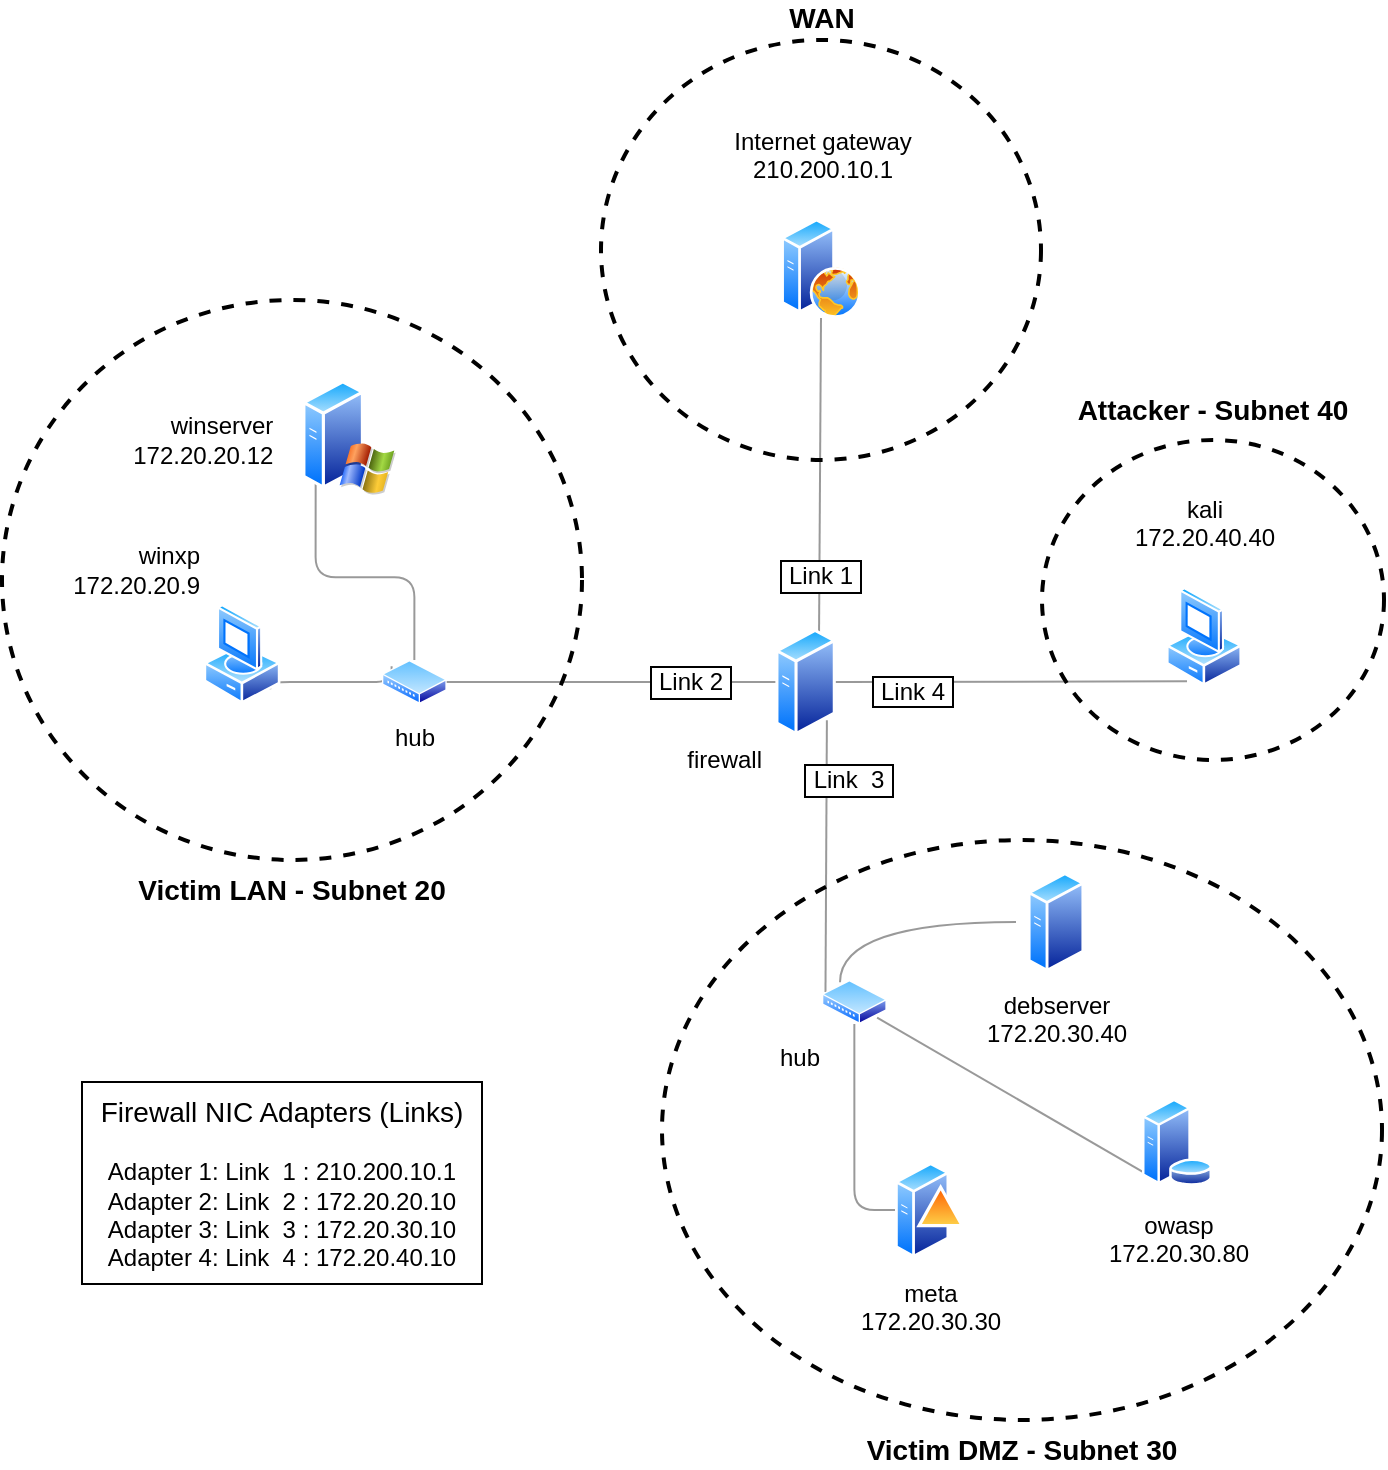
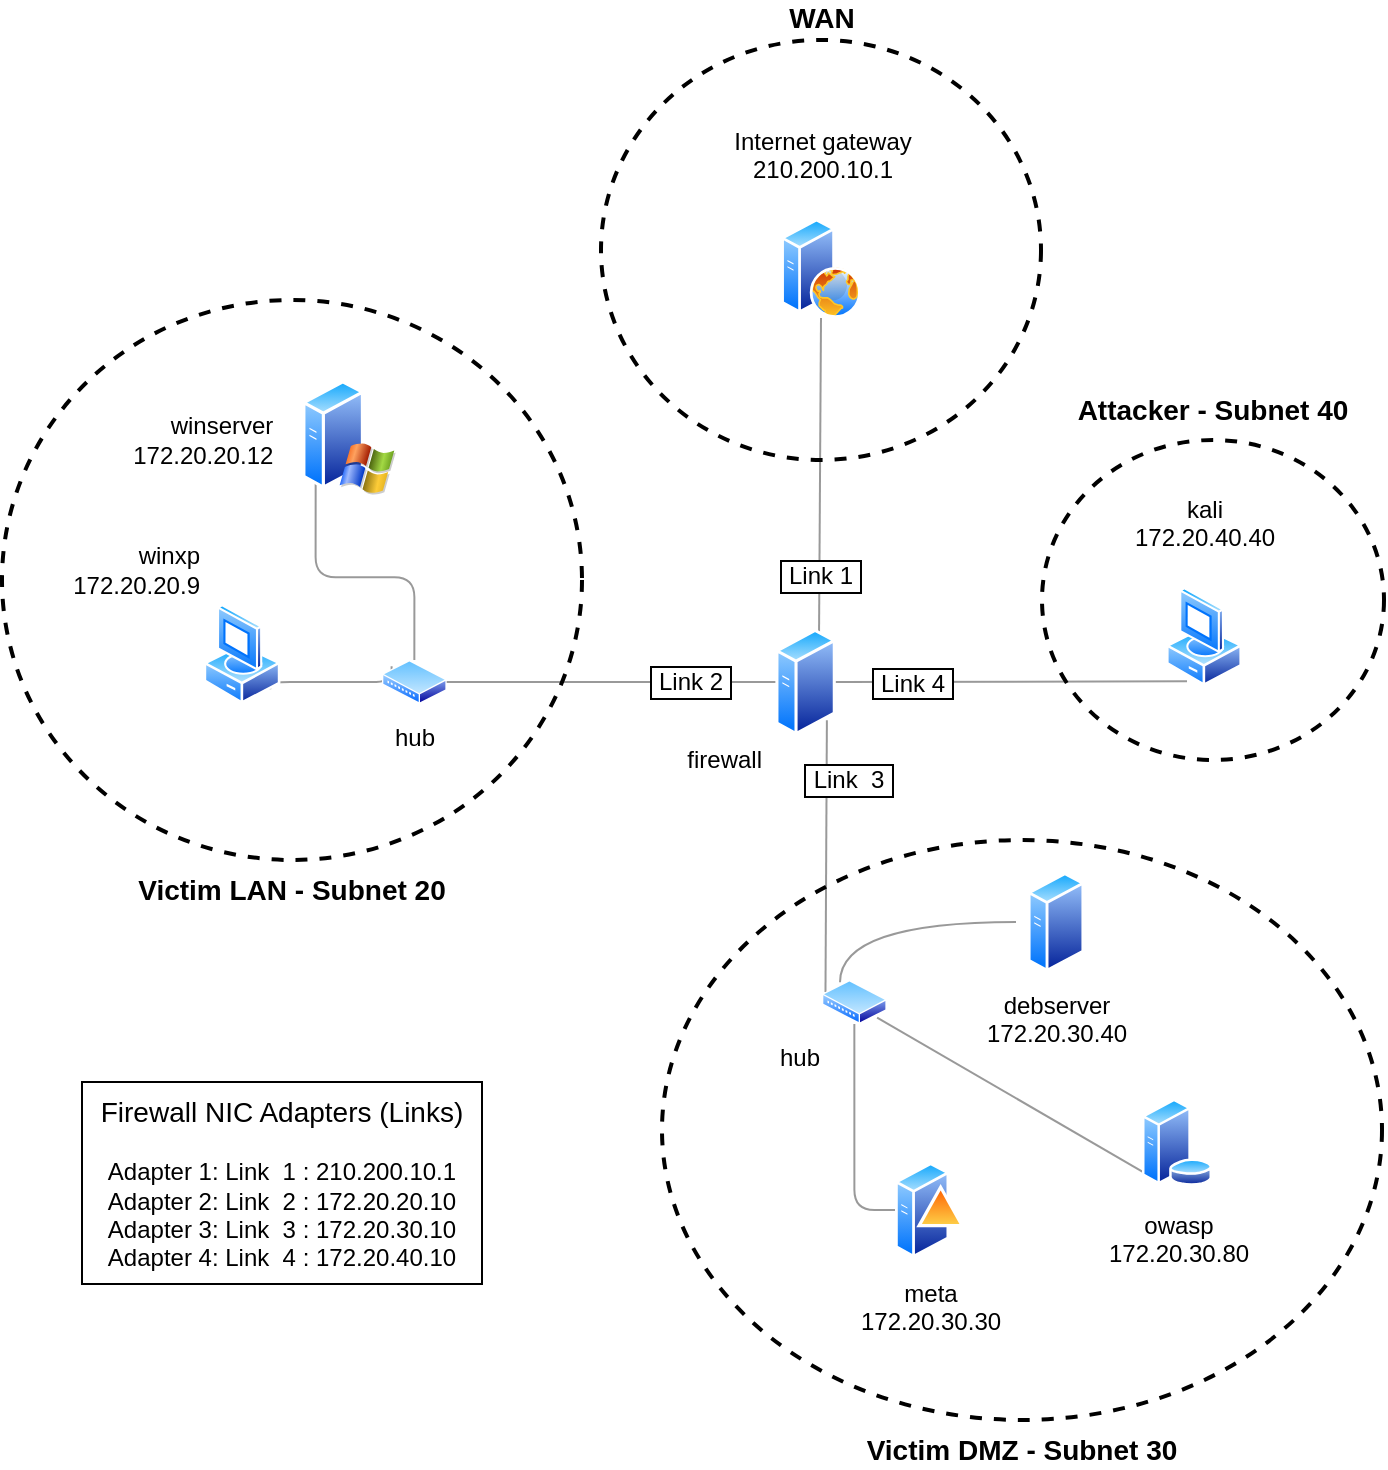
<mxfile host="app.diagrams.net">
  <diagram name="Seite-1" id="sI0nA2FEwm0xv5wlwKVV">
    <mxGraphModel dx="1940" dy="763" grid="1" gridSize="10" guides="1" tooltips="1" connect="1" arrows="1" fold="1" page="1" pageScale="1" pageWidth="827" pageHeight="1169" math="0" shadow="0">
      <root>
        <mxCell id="0" />
        <mxCell id="1" parent="0" />
        <mxCell id="a0UQNTms_buoy0jP--Xc-48" parent="1" style="ellipse;whiteSpace=wrap;html=1;fillColor=none;strokeWidth=2;labelPosition=center;verticalLabelPosition=top;align=center;verticalAlign=bottom;fontSize=14;fontStyle=1;dashed=1;strokeColor=light-dark(#000000,#FFF2CC);fontColor=light-dark(#000000,#FFF2CC);spacingTop=-1;spacingBottom=4;" value="Attacker - Subnet 40" vertex="1">
          <mxGeometry height="160" width="171" x="500" y="250" as="geometry" />
        </mxCell>
        <mxCell id="eCaSIDYicL7Bv3XTQ8XW-33" parent="1" style="ellipse;whiteSpace=wrap;html=1;fillColor=none;strokeWidth=2;labelPosition=center;verticalLabelPosition=top;align=center;verticalAlign=bottom;fontSize=14;fontStyle=1;dashed=1;strokeColor=light-dark(#000000,#FFF2CC);fontColor=light-dark(#000000,#FFF2CC);" value="WAN" vertex="1">
          <mxGeometry height="210" width="220" x="279.5" y="50" as="geometry" />
        </mxCell>
        <mxCell id="eCaSIDYicL7Bv3XTQ8XW-30" parent="1" style="ellipse;whiteSpace=wrap;html=1;fillColor=none;strokeWidth=2;labelPosition=center;verticalLabelPosition=bottom;align=center;verticalAlign=top;fontSize=14;fontStyle=1;dashed=1;strokeColor=light-dark(#000000,#FFF2CC);fontColor=light-dark(#000000,#FFF2CC);labelBorderColor=none;spacingTop=0;spacingBottom=7;" value="Victim DMZ - Subnet 30" vertex="1">
          <mxGeometry height="290" width="360" x="310" y="450" as="geometry" />
        </mxCell>
        <mxCell id="eCaSIDYicL7Bv3XTQ8XW-29" parent="1" style="ellipse;whiteSpace=wrap;html=1;fillColor=none;strokeWidth=2;labelPosition=center;verticalLabelPosition=bottom;align=center;verticalAlign=top;fontSize=14;fontStyle=1;dashed=1;strokeColor=light-dark(#000000,#FFF2CC);fontColor=light-dark(#000000,#FFF2CC);" value="Victim LAN - Subnet 20" vertex="1">
          <mxGeometry height="280" width="290" x="-20" y="180" as="geometry" />
        </mxCell>
        <mxCell id="eCaSIDYicL7Bv3XTQ8XW-1" parent="1" style="aspect=fixed;html=1;align=center;shadow=0;dashed=0;spacingTop=3;image=img/lib/active_directory/web_server.svg;labelPosition=center;verticalLabelPosition=top;verticalAlign=bottom;labelBackgroundColor=none;fontColor=light-dark(#000000,#FFFFFF);fontSize=12;shape=image;perimeter=ellipsePerimeter;" value="Internet gateway&lt;div&gt;210.200.10.1&lt;br&gt;&lt;br&gt;&lt;/div&gt;" vertex="1">
          <mxGeometry height="49.77" width="79" x="350" y="139.23000000000002" as="geometry" />
        </mxCell>
        <mxCell id="a0UQNTms_buoy0jP--Xc-31" edge="1" parent="1" source="eCaSIDYicL7Bv3XTQ8XW-10" style="rounded=0;orthogonalLoop=1;jettySize=auto;html=1;exitX=0.75;exitY=0;exitDx=0;exitDy=0;endArrow=none;endFill=0;curved=1;opacity=40;fontSize=12;labelBorderColor=light-dark(#000000,#FFB366);spacingLeft=-1;sourcePerimeterSpacing=0;startSize=6;spacingTop=100;entryX=0.5;entryY=1;entryDx=0;entryDy=0;" target="eCaSIDYicL7Bv3XTQ8XW-1" value="&lt;span&gt;&amp;nbsp;Link 1&amp;nbsp;&lt;/span&gt;">
          <mxGeometry relative="1" x="0.0031" as="geometry">
            <mxPoint as="offset" />
            <Array as="points" />
            <mxPoint x="400" y="150" as="targetPoint" />
          </mxGeometry>
        </mxCell>
        <mxCell id="eCaSIDYicL7Bv3XTQ8XW-10" parent="1" style="image;aspect=fixed;perimeter=ellipsePerimeter;html=1;align=right;shadow=0;dashed=0;spacingTop=2;image=img/lib/active_directory/generic_server.svg;fontSize=12;labelPosition=left;verticalLabelPosition=bottom;verticalAlign=top;spacingLeft=0;spacingRight=10;spacingBottom=0;spacing=-2;labelBackgroundColor=none;" value="firewall" vertex="1">
          <mxGeometry height="54" width="30.24" x="366.68" y="344" as="geometry" />
        </mxCell>
        <mxCell id="a0UQNTms_buoy0jP--Xc-1" edge="1" parent="1" source="eCaSIDYicL7Bv3XTQ8XW-17" style="edgeStyle=orthogonalEdgeStyle;rounded=0;orthogonalLoop=1;jettySize=auto;html=1;exitX=0;exitY=0.5;exitDx=0;exitDy=0;entryX=0.25;entryY=0;entryDx=0;entryDy=0;endArrow=none;endFill=0;curved=1;opacity=40;" target="eCaSIDYicL7Bv3XTQ8XW-35">
          <mxGeometry relative="1" as="geometry" />
        </mxCell>
        <mxCell id="eCaSIDYicL7Bv3XTQ8XW-17" parent="1" style="aspect=fixed;html=1;align=center;shadow=0;dashed=0;spacingTop=3;image=img/lib/active_directory/generic_server.svg;shape=image;labelBackgroundColor=none;verticalAlign=top;verticalLabelPosition=bottom;perimeter=ellipsePerimeter;" value="debserver&lt;div&gt;172.20.30.40&lt;/div&gt;" vertex="1">
          <mxGeometry height="50" width="40" x="487" y="466" as="geometry" />
        </mxCell>
        <mxCell id="a0UQNTms_buoy0jP--Xc-3" edge="1" parent="1" source="eCaSIDYicL7Bv3XTQ8XW-18" style="rounded=0;orthogonalLoop=1;jettySize=auto;html=1;exitX=0;exitY=1;exitDx=0;exitDy=0;entryX=1;entryY=1;entryDx=0;entryDy=0;endArrow=none;endFill=0;opacity=40;" target="eCaSIDYicL7Bv3XTQ8XW-35">
          <mxGeometry relative="1" as="geometry" />
        </mxCell>
        <mxCell id="eCaSIDYicL7Bv3XTQ8XW-18" parent="1" style="aspect=fixed;html=1;align=center;shadow=0;dashed=0;spacingTop=3;image=img/lib/active_directory/database_server.svg;shape=image;labelBackgroundColor=none;verticalAlign=top;verticalLabelPosition=bottom;perimeter=ellipsePerimeter;" value="owasp&lt;div&gt;172.20.30.80&lt;/div&gt;" vertex="1">
          <mxGeometry height="50" width="35" x="550" y="575.9999999999999" as="geometry" />
        </mxCell>
        <mxCell id="a0UQNTms_buoy0jP--Xc-2" edge="1" parent="1" source="eCaSIDYicL7Bv3XTQ8XW-19" style="edgeStyle=orthogonalEdgeStyle;rounded=1;orthogonalLoop=1;jettySize=auto;html=1;exitX=0;exitY=0.5;exitDx=0;exitDy=0;entryX=0.5;entryY=1;entryDx=0;entryDy=0;endArrow=none;endFill=0;curved=0;opacity=40;" target="eCaSIDYicL7Bv3XTQ8XW-35">
          <mxGeometry relative="1" as="geometry" />
        </mxCell>
        <mxCell id="eCaSIDYicL7Bv3XTQ8XW-19" parent="1" style="aspect=fixed;html=1;align=center;shadow=0;dashed=0;spacingTop=3;image=img/lib/active_directory/domain_controller.svg;shape=image;labelBackgroundColor=none;verticalAlign=top;verticalLabelPosition=bottom;perimeter=ellipsePerimeter;" value="meta&lt;div&gt;172.20.30.30&lt;/div&gt;" vertex="1">
          <mxGeometry height="50" width="35" x="426.5" y="609.9999999999999" as="geometry" />
        </mxCell>
        <mxCell id="eCaSIDYicL7Bv3XTQ8XW-39" edge="1" parent="1" source="eCaSIDYicL7Bv3XTQ8XW-20" style="edgeStyle=orthogonalEdgeStyle;rounded=1;orthogonalLoop=1;jettySize=auto;html=1;exitX=1;exitY=1;exitDx=0;exitDy=0;entryX=0;entryY=0;entryDx=0;entryDy=0;curved=0;endArrow=none;endFill=0;opacity=40;" target="eCaSIDYicL7Bv3XTQ8XW-36">
          <mxGeometry relative="1" as="geometry">
            <Array as="points">
              <mxPoint x="114" y="371" />
              <mxPoint x="175" y="371" />
            </Array>
          </mxGeometry>
        </mxCell>
        <mxCell id="eCaSIDYicL7Bv3XTQ8XW-20" parent="1" style="aspect=fixed;html=1;align=right;shadow=0;dashed=0;spacingTop=3;image=img/lib/active_directory/vista_client.svg;shape=image;labelBackgroundColor=none;verticalAlign=bottom;verticalLabelPosition=top;perimeter=ellipsePerimeter;labelPosition=left;" value="winxp&lt;div&gt;172.20.20.9&lt;/div&gt;" vertex="1">
          <mxGeometry height="50" width="40" x="80" y="332" as="geometry" />
        </mxCell>
        <mxCell id="eCaSIDYicL7Bv3XTQ8XW-40" edge="1" parent="1" source="eCaSIDYicL7Bv3XTQ8XW-21" style="edgeStyle=orthogonalEdgeStyle;rounded=1;orthogonalLoop=1;jettySize=auto;html=1;exitX=0;exitY=1;exitDx=0;exitDy=0;entryX=0.5;entryY=0;entryDx=0;entryDy=0;endArrow=none;endFill=0;curved=0;opacity=40;" target="eCaSIDYicL7Bv3XTQ8XW-36">
          <mxGeometry relative="1" as="geometry" />
        </mxCell>
        <mxCell id="eCaSIDYicL7Bv3XTQ8XW-21" parent="1" style="aspect=fixed;html=1;align=right;shadow=0;dashed=0;spacingTop=3;image=img/lib/active_directory/windows_server_2.svg;shape=image;labelBackgroundColor=none;verticalAlign=middle;verticalLabelPosition=middle;perimeter=ellipsePerimeter;labelPosition=left;" value="winserver&amp;nbsp; &amp;nbsp;&amp;nbsp;&lt;div&gt;172.20.20.12&amp;nbsp; &amp;nbsp;&amp;nbsp;&lt;/div&gt;" vertex="1">
          <mxGeometry height="57.32" width="47" x="130" y="220" as="geometry" />
        </mxCell>
-         <mxCell id="a0UQNTms_buoy0jP--Xc-6" edge="1" parent="1" source="eCaSIDYicL7Bv3XTQ8XW-26" style="rounded=0;orthogonalLoop=1;jettySize=auto;html=1;entryX=1;entryY=0.5;entryDx=0;entryDy=0;endArrow=none;endFill=0;opacity=40;exitX=0.25;exitY=1;exitDx=0;exitDy=0;fontSize=12;labelPosition=center;verticalLabelPosition=top;align=center;verticalAlign=bottom;labelBorderColor=light-dark(#000000,#FFB366);textShadow=0;sourcePerimeterSpacing=0;spacingTop=0;spacingLeft=-100;spacingBottom=-15;labelBackgroundColor=default;" value="&amp;nbsp;Link 4&amp;nbsp;">
+         <mxCell id="a0UQNTms_buoy0jP--Xc-6" edge="1" parent="1" source="eCaSIDYicL7Bv3XTQ8XW-26" style="rounded=0;orthogonalLoop=1;jettySize=auto;html=1;entryX=1;entryY=0.5;entryDx=0;entryDy=0;endArrow=none;endFill=0;opacity=40;exitX=0.25;exitY=1;exitDx=0;exitDy=0;fontSize=12;labelPosition=center;verticalLabelPosition=top;align=center;verticalAlign=bottom;labelBorderColor=light-dark(#000000,#FFB366);textShadow=0;sourcePerimeterSpacing=0;spacingTop=0;spacingLeft=-100;spacingBottom=-11;labelBackgroundColor=default;" value="&amp;nbsp;Link 4&amp;nbsp;">
          <mxGeometry relative="1" as="geometry">
            <mxPoint x="581.8663594500567" y="360.91344597206444" as="sourcePoint" />
            <mxPoint x="396.919999999981" y="371" as="targetPoint" />
          </mxGeometry>
        </mxCell>
        <mxCell id="eCaSIDYicL7Bv3XTQ8XW-26" parent="1" style="image;aspect=fixed;perimeter=ellipsePerimeter;html=1;align=center;shadow=0;dashed=0;spacingTop=3;image=img/lib/active_directory/vista_client.svg;labelPosition=center;verticalLabelPosition=top;verticalAlign=bottom;labelBackgroundColor=none;" value="kali&lt;div&gt;172.20.40.40&lt;br&gt;&lt;br&gt;&lt;/div&gt;" vertex="1">
          <mxGeometry height="50" width="38" x="562" y="323.32" as="geometry" />
        </mxCell>
        <mxCell id="a0UQNTms_buoy0jP--Xc-4" edge="1" parent="1" source="eCaSIDYicL7Bv3XTQ8XW-35" style="rounded=1;orthogonalLoop=1;jettySize=auto;html=1;exitX=0;exitY=0.25;exitDx=0;exitDy=0;endArrow=none;endFill=0;opacity=40;entryX=1;entryY=1;entryDx=0;entryDy=0;fontSize=12;labelBorderColor=light-dark(#000000,#FFB366);spacingLeft=21;spacingBottom=77;" target="eCaSIDYicL7Bv3XTQ8XW-10" value="&amp;nbsp;Link&amp;nbsp; 3&amp;nbsp;">
          <mxGeometry relative="1" x="0.0035" as="geometry">
            <mxPoint as="offset" />
            <mxPoint x="370.0000000000001" y="429.9999999999999" as="targetPoint" />
          </mxGeometry>
        </mxCell>
        <mxCell id="eCaSIDYicL7Bv3XTQ8XW-35" parent="1" style="image;aspect=fixed;perimeter=ellipsePerimeter;html=1;align=right;shadow=0;dashed=0;spacingTop=3;image=img/lib/active_directory/wiring_hub.svg;labelPosition=left;verticalLabelPosition=bottom;verticalAlign=top;" value="hub" vertex="1">
          <mxGeometry height="22" width="32.35" x="390" y="519.9999999999999" as="geometry" />
        </mxCell>
        <mxCell id="eCaSIDYicL7Bv3XTQ8XW-36" parent="1" style="image;aspect=fixed;perimeter=ellipsePerimeter;html=1;align=center;shadow=0;dashed=0;spacingTop=3;image=img/lib/active_directory/wiring_hub.svg;" value="hub" vertex="1">
          <mxGeometry height="22" width="32.35" x="170" y="360" as="geometry" />
        </mxCell>
        <mxCell id="a0UQNTms_buoy0jP--Xc-5" edge="1" parent="1" source="eCaSIDYicL7Bv3XTQ8XW-36" style="edgeStyle=orthogonalEdgeStyle;rounded=0;orthogonalLoop=1;jettySize=auto;html=1;exitX=1;exitY=0.5;exitDx=0;exitDy=0;endArrow=none;endFill=0;entryX=0;entryY=0.5;entryDx=0;entryDy=0;opacity=40;fontSize=12;labelBorderColor=light-dark(#000000,#FFB366);spacingLeft=80;" target="eCaSIDYicL7Bv3XTQ8XW-10" value="&amp;nbsp;Link 2&amp;nbsp;">
          <mxGeometry relative="1" as="geometry">
            <mxPoint x="380" y="370" as="targetPoint" />
          </mxGeometry>
        </mxCell>
        <mxCell id="a0UQNTms_buoy0jP--Xc-8" edge="1" parent="1" source="eCaSIDYicL7Bv3XTQ8XW-33" style="edgeStyle=orthogonalEdgeStyle;rounded=0;orthogonalLoop=1;jettySize=auto;html=1;exitX=0.5;exitY=1;exitDx=0;exitDy=0;" target="eCaSIDYicL7Bv3XTQ8XW-33">
          <mxGeometry relative="1" as="geometry" />
        </mxCell>
        <mxCell id="a0UQNTms_buoy0jP--Xc-45" parent="1" style="text;html=1;whiteSpace=wrap;strokeColor=light-dark(#000000,#FFB366);fillColor=none;align=center;verticalAlign=middle;rounded=0;labelPosition=center;verticalLabelPosition=middle;perimeterSpacing=2;labelBorderColor=none;" value="&lt;font style=&quot;font-size: 14px;&quot;&gt;Firewall NIC Adapters (Links)&lt;/font&gt;&lt;br&gt;&lt;div&gt;&lt;br&gt;&lt;/div&gt;&lt;div&gt;Adapter 1: Link&amp;nbsp; 1 : 210.200.10.1&lt;br&gt;Adapter 2: Link&amp;nbsp; 2 : 172.20.20.10&lt;/div&gt;&lt;div&gt;Adapter 3: Link&amp;nbsp; 3 : 172.20.30.10&lt;br&gt;Adapter 4: Link&amp;nbsp; 4 : 172.20.40.10&lt;/div&gt;" vertex="1">
          <mxGeometry height="101" width="200" x="20" y="571" as="geometry" />
        </mxCell>
        <mxCell id="a0UQNTms_buoy0jP--Xc-49" edge="1" parent="1" source="eCaSIDYicL7Bv3XTQ8XW-30" style="edgeStyle=orthogonalEdgeStyle;rounded=0;orthogonalLoop=1;jettySize=auto;html=1;exitX=0.5;exitY=1;exitDx=0;exitDy=0;" target="eCaSIDYicL7Bv3XTQ8XW-30">
          <mxGeometry relative="1" as="geometry" />
        </mxCell>
      </root>
    </mxGraphModel>
  </diagram>
</mxfile>
